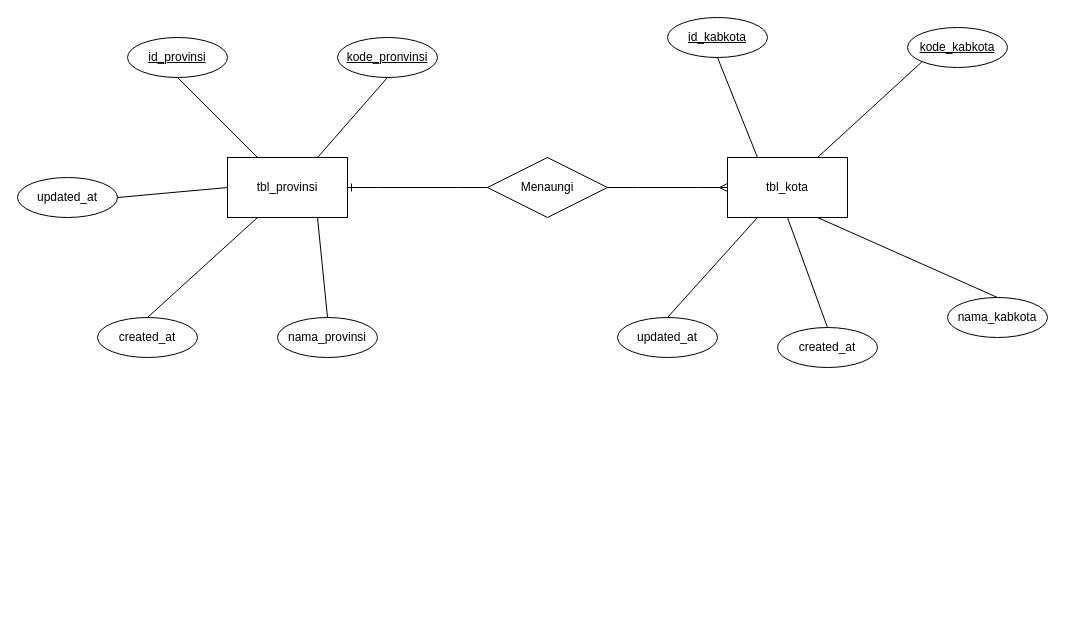
This is erd/Tugas OOP2 ERD.drawio from rafaelnuansa/tugas-oop-2-rafael-nuansa, a draw.io file, before an edit. Source tidied: cells renumbered, new cells numbered last; positions are measured from the earlier drawing's top-left corner, leaving out a move shared by most shapes. Both pictures are drawn from the tidied source at 100%, with x=0, y=0 at pixel (17, 17).
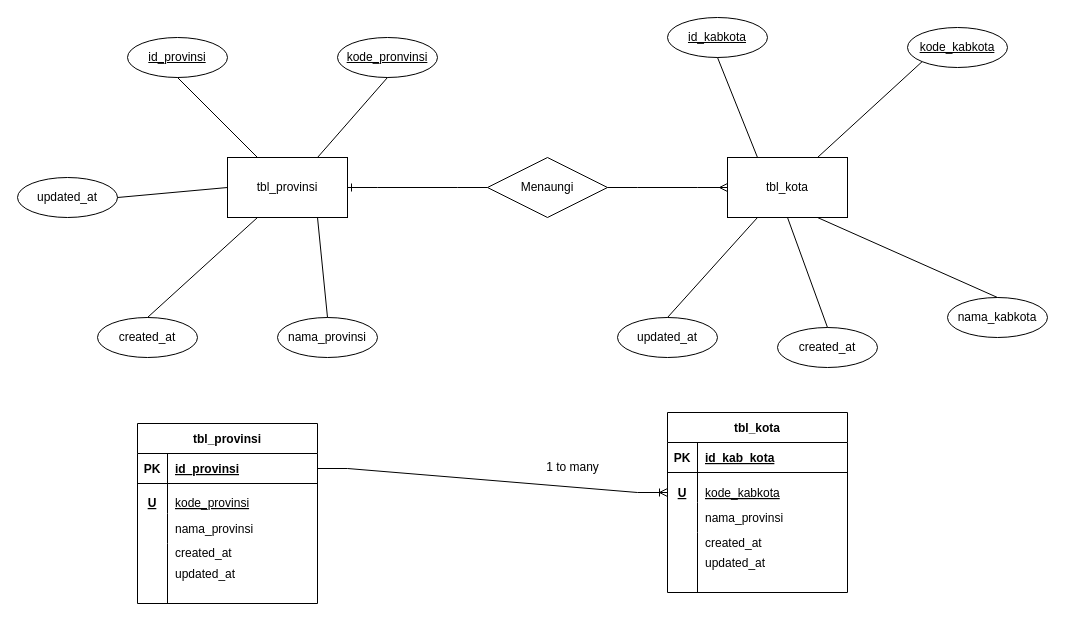
After the change.

Diff of the diagram source:
```diff
@@
+    <mxCell id="27" value="tbl_provinsi" style="shape=table;startSize=30;childLayout=tableLayout;rowLines=0;fontStyle=1;align=center;" parent="1" vertex="1">
+      <mxGeometry x="120" y="406" width="180" height="180" as="geometry" />
+    </mxCell>
+    <mxCell id="28" style="shape=tableRow;horizontal=0;startSize=0;swimlaneHead=0;swimlaneBody=0;fillColor=none;points=[[0,0.5],[1,0.5]];portConstraint=eastwest;top=0;left=0;right=0;bottom=1;" parent="27" vertex="1">
+      <mxGeometry y="30" width="180" height="30" as="geometry" />
+    </mxCell>
+    <mxCell id="29" value="PK" style="shape=partialRectangle;fillColor=none;top=0;left=0;bottom=0;right=0;fontStyle=1;overflow=hidden;" parent="28" vertex="1">
+      <mxGeometry width="30" height="30" as="geometry" />
+    </mxCell>
+    <mxCell id="30" value="id_provinsi" style="shape=partialRectangle;fillColor=none;top=0;left=0;bottom=0;right=0;align=left;spacingLeft=6;fontStyle=5;overflow=hidden;" parent="28" vertex="1">
+      <mxGeometry x="30" width="150" height="30" as="geometry" />
+    </mxCell>
+    <mxCell id="31" style="shape=tableRow;horizontal=0;startSize=0;swimlaneHead=0;swimlaneBody=0;fillColor=none;top=0;left=0;right=0;bottom=0;" parent="27" vertex="1">
+      <mxGeometry y="60" width="180" height="30" as="geometry" />
+    </mxCell>
+    <mxCell id="32" style="shape=partialRectangle;fillColor=none;top=0;left=0;bottom=0;right=0;overflow=hidden;" parent="31" vertex="1">
+      <mxGeometry width="30" height="30" as="geometry" />
+    </mxCell>
+    <mxCell id="33" style="shape=partialRectangle;fillColor=none;top=0;left=0;bottom=0;right=0;align=left;spacingLeft=6;overflow=hidden;" parent="31" vertex="1">
+      <mxGeometry x="30" width="150" height="30" as="geometry" />
+    </mxCell>
+    <mxCell id="34" style="shape=tableRow;horizontal=0;startSize=0;swimlaneHead=0;swimlaneBody=0;fillColor=none;top=0;left=0;right=0;bottom=0;" parent="27" vertex="1">
+      <mxGeometry y="90" width="180" height="30" as="geometry" />
+    </mxCell>
+    <mxCell id="35" style="shape=partialRectangle;fillColor=none;top=0;left=0;bottom=0;right=0;overflow=hidden;" parent="34" vertex="1">
+      <mxGeometry width="30" height="30" as="geometry" />
+    </mxCell>
+    <mxCell id="36" value="nama_provinsi" style="shape=partialRectangle;fillColor=none;top=0;left=0;bottom=0;right=0;align=left;spacingLeft=6;overflow=hidden;" parent="34" vertex="1">
+      <mxGeometry x="30" width="150" height="30" as="geometry" />
+    </mxCell>
+    <mxCell id="37" style="shape=tableRow;horizontal=0;startSize=0;swimlaneHead=0;swimlaneBody=0;fillColor=none;top=0;left=0;right=0;bottom=0;" parent="27" vertex="1">
+      <mxGeometry y="120" width="180" height="60" as="geometry" />
+    </mxCell>
+    <mxCell id="38" style="shape=partialRectangle;fillColor=none;top=0;left=0;bottom=0;right=0;overflow=hidden;" parent="37" vertex="1">
+      <mxGeometry width="30" height="60" as="geometry" />
+    </mxCell>
+    <mxCell id="39" value="updated_at" style="shape=partialRectangle;fillColor=none;top=0;left=0;bottom=0;right=0;align=left;spacingLeft=6;overflow=hidden;" parent="37" vertex="1">
+      <mxGeometry x="30" width="150" height="60" as="geometry" />
+    </mxCell>
+    <mxCell id="40" value="U" style="shape=partialRectangle;fillColor=none;top=0;left=0;bottom=0;right=0;fontStyle=5;overflow=hidden;" parent="1" vertex="1">
+      <mxGeometry x="120" y="470" width="30" height="30" as="geometry" />
+    </mxCell>
+    <mxCell id="41" value="kode_provinsi" style="shape=partialRectangle;fillColor=none;top=0;left=0;bottom=0;right=0;align=left;spacingLeft=6;fontStyle=4;overflow=hidden;" parent="1" vertex="1">
+      <mxGeometry x="150" y="470" width="150" height="30" as="geometry" />
+    </mxCell>
+    <mxCell id="42" value="created_at" style="shape=partialRectangle;fillColor=none;top=0;left=0;bottom=0;right=0;align=left;spacingLeft=6;overflow=hidden;" parent="1" vertex="1">
+      <mxGeometry x="150" y="520" width="150" height="30" as="geometry" />
+    </mxCell>
+    <mxCell id="43" value="tbl_kota" style="shape=table;startSize=30;childLayout=tableLayout;rowLines=0;fontStyle=1;align=center;" parent="1" vertex="1">
+      <mxGeometry x="650" y="395" width="180" height="180" as="geometry" />
+    </mxCell>
+    <mxCell id="44" style="shape=tableRow;horizontal=0;startSize=0;swimlaneHead=0;swimlaneBody=0;fillColor=none;top=0;left=0;right=0;bottom=1;" parent="43" vertex="1">
+      <mxGeometry y="30" width="180" height="30" as="geometry" />
+    </mxCell>
+    <mxCell id="45" value="PK" style="shape=partialRectangle;fillColor=none;top=0;left=0;bottom=0;right=0;fontStyle=1;overflow=hidden;" parent="44" vertex="1">
+      <mxGeometry width="30" height="30" as="geometry" />
+    </mxCell>
+    <mxCell id="46" value="id_kab_kota" style="shape=partialRectangle;fillColor=none;top=0;left=0;bottom=0;right=0;align=left;spacingLeft=6;fontStyle=5;overflow=hidden;" parent="44" vertex="1">
+      <mxGeometry x="30" width="150" height="30" as="geometry" />
+    </mxCell>
+    <mxCell id="47" style="shape=tableRow;horizontal=0;startSize=0;swimlaneHead=0;swimlaneBody=0;fillColor=none;top=0;left=0;right=0;bottom=0;" parent="43" vertex="1">
+      <mxGeometry y="60" width="180" height="30" as="geometry" />
+    </mxCell>
+    <mxCell id="48" style="shape=partialRectangle;fillColor=none;top=0;left=0;bottom=0;right=0;overflow=hidden;" parent="47" vertex="1">
+      <mxGeometry width="30" height="30" as="geometry" />
+    </mxCell>
+    <mxCell id="49" style="shape=partialRectangle;fillColor=none;top=0;left=0;bottom=0;right=0;align=left;spacingLeft=6;overflow=hidden;" parent="47" vertex="1">
+      <mxGeometry x="30" width="150" height="30" as="geometry" />
+    </mxCell>
+    <mxCell id="50" style="shape=tableRow;horizontal=0;startSize=0;swimlaneHead=0;swimlaneBody=0;fillColor=none;top=0;left=0;right=0;bottom=0;" parent="43" vertex="1">
+      <mxGeometry y="90" width="180" height="30" as="geometry" />
+    </mxCell>
+    <mxCell id="51" style="shape=partialRectangle;fillColor=none;top=0;left=0;bottom=0;right=0;overflow=hidden;" parent="50" vertex="1">
+      <mxGeometry width="30" height="30" as="geometry" />
+    </mxCell>
+    <mxCell id="52" value="nama_provinsi" style="shape=partialRectangle;fillColor=none;top=0;left=0;bottom=0;right=0;align=left;spacingLeft=6;overflow=hidden;" parent="50" vertex="1">
+      <mxGeometry x="30" width="150" height="30" as="geometry" />
+    </mxCell>
+    <mxCell id="53" style="shape=tableRow;horizontal=0;startSize=0;swimlaneHead=0;swimlaneBody=0;fillColor=none;top=0;left=0;right=0;bottom=0;" parent="43" vertex="1">
+      <mxGeometry y="120" width="180" height="60" as="geometry" />
+    </mxCell>
+    <mxCell id="54" style="shape=partialRectangle;fillColor=none;top=0;left=0;bottom=0;right=0;overflow=hidden;" parent="53" vertex="1">
+      <mxGeometry width="30" height="60" as="geometry" />
+    </mxCell>
+    <mxCell id="55" value="updated_at" style="shape=partialRectangle;fillColor=none;top=0;left=0;bottom=0;right=0;align=left;spacingLeft=6;overflow=hidden;" parent="53" vertex="1">
+      <mxGeometry x="30" width="150" height="60" as="geometry" />
+    </mxCell>
+    <mxCell id="56" style="shape=tableRow;horizontal=0;startSize=0;swimlaneHead=0;swimlaneBody=0;fillColor=none;points=[[0,0.5],[1,0.5]];portConstraint=eastwest;top=0;left=0;right=0;bottom=0;" parent="1" vertex="1">
+      <mxGeometry x="650" y="460" width="180" height="30" as="geometry" />
+    </mxCell>
+    <mxCell id="57" value="U" style="shape=partialRectangle;fillColor=none;top=0;left=0;bottom=0;right=0;overflow=hidden;fontStyle=5;" parent="56" vertex="1">
+      <mxGeometry width="30" height="30" as="geometry" />
+    </mxCell>
+    <mxCell id="58" value="kode_kabkota" style="shape=partialRectangle;fillColor=none;top=0;left=0;bottom=0;right=0;align=left;spacingLeft=6;overflow=hidden;fontStyle=4;" parent="56" vertex="1">
+      <mxGeometry x="30" width="150" height="30" as="geometry" />
+    </mxCell>
+    <mxCell id="59" value="created_at" style="shape=partialRectangle;fillColor=none;top=0;left=0;bottom=0;right=0;align=left;spacingLeft=6;overflow=hidden;" parent="1" vertex="1">
+      <mxGeometry x="680" y="510" width="150" height="30" as="geometry" />
+    </mxCell>
+    <mxCell id="60" style="edgeStyle=entityRelationEdgeStyle;fontSize=12;html=1;endArrow=ERoneToMany;rounded=0;exitX=1;exitY=0.5;exitDx=0;exitDy=0;entryX=0;entryY=0.5;entryDx=0;entryDy=0;" parent="1" edge="1" source="28" target="56">
+      <mxGeometry relative="1" as="geometry" />
+    </mxCell>
+    <mxCell id="61" value="1 to many" style="text;html=1;align=center;verticalAlign=middle;strokeColor=none;fillColor=none;" parent="1" vertex="1">
+      <mxGeometry x="520" y="440" width="70" height="20" as="geometry" />
+    </mxCell>
```
